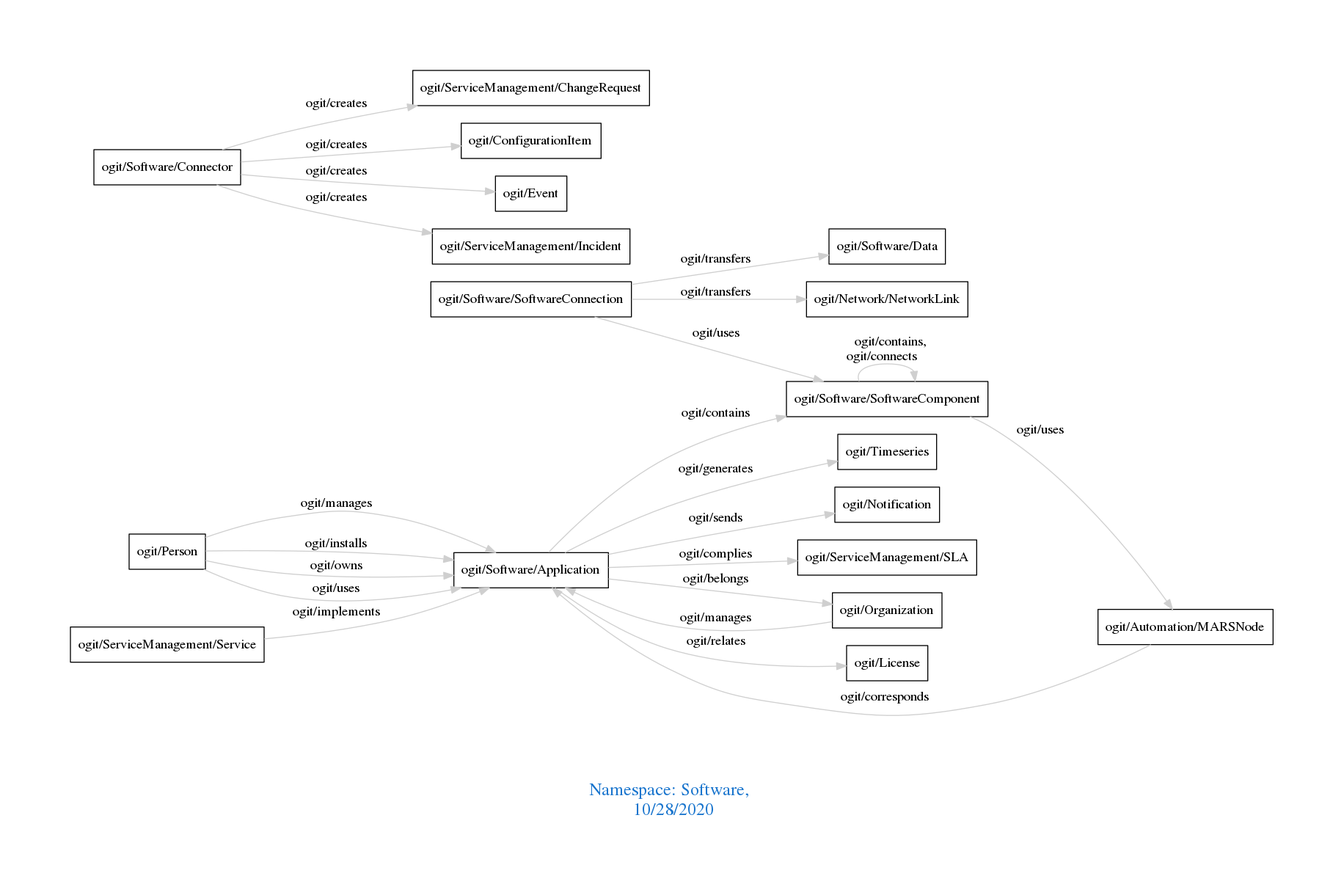
The Graphviz diagram downloads/Software.png in arago/OGIT, before a commit. Its source is kept beside it as downloads/Software.dot. Source of this version:
```dot
digraph OGIT_ontology {
 graph [ rankdir= LR,pad=1
fontsize = 18,
fontcolor= dodgerblue3,label = "\n\n\nNamespace: Software, \n 10/28/2020"];
node[shape=polygon];
edge [  color="gray81"];

   "ogit/Software/Application" -> "ogit/Software/SoftwareComponent" [label="   ogit/contains    "];
   "ogit/Organization" -> "ogit/Software/Application" [label="   ogit/manages    "];
   "ogit/Person" -> "ogit/Software/Application" [label="   ogit/manages    "];
   "ogit/Software/Application" -> "ogit/Timeseries" [label="   ogit/generates    "];
   "ogit/Software/Application" -> "ogit/Notification" [label="   ogit/sends    "];
   "ogit/Software/Connector" -> "ogit/ServiceManagement/ChangeRequest" [label="   ogit/creates    "];
   "ogit/Software/Connector" -> "ogit/ConfigurationItem" [label="   ogit/creates    "];
   "ogit/Software/Connector" -> "ogit/Event" [label="   ogit/creates    "];
   "ogit/Software/Connector" -> "ogit/ServiceManagement/Incident" [label="   ogit/creates    "];
   "ogit/Software/Application" -> "ogit/ServiceManagement/SLA" [label="   ogit/complies    "];
   "ogit/Automation/MARSNode" -> "ogit/Software/Application" [label="   ogit/corresponds    "];
   "ogit/Person" -> "ogit/Software/Application" [label="   ogit/installs    "];
   "ogit/Software/SoftwareConnection" -> "ogit/Software/Data" [label="   ogit/transfers    "];
   "ogit/Software/SoftwareConnection" -> "ogit/Network/NetworkLink" [label="   ogit/transfers    "];
   "ogit/ServiceManagement/Service" -> "ogit/Software/Application" [label="   ogit/implements    "];
   "ogit/Person" -> "ogit/Software/Application" [label="   ogit/owns    "];
   "ogit/Software/Application" -> "ogit/Organization" [label="   ogit/belongs    "];
   "ogit/Software/SoftwareComponent" -> "ogit/Automation/MARSNode" [label="   ogit/uses    "];
   "ogit/Software/SoftwareConnection" -> "ogit/Software/SoftwareComponent" [label="   ogit/uses    "];
   "ogit/Person" -> "ogit/Software/Application" [label="   ogit/uses    "];
   "ogit/Software/Application" -> "ogit/License" [label="   ogit/relates    "];
   "ogit/Software/SoftwareComponent" -> "ogit/Software/SoftwareComponent" [label="   ogit/contains, \n ogit/connects    "];
}
```
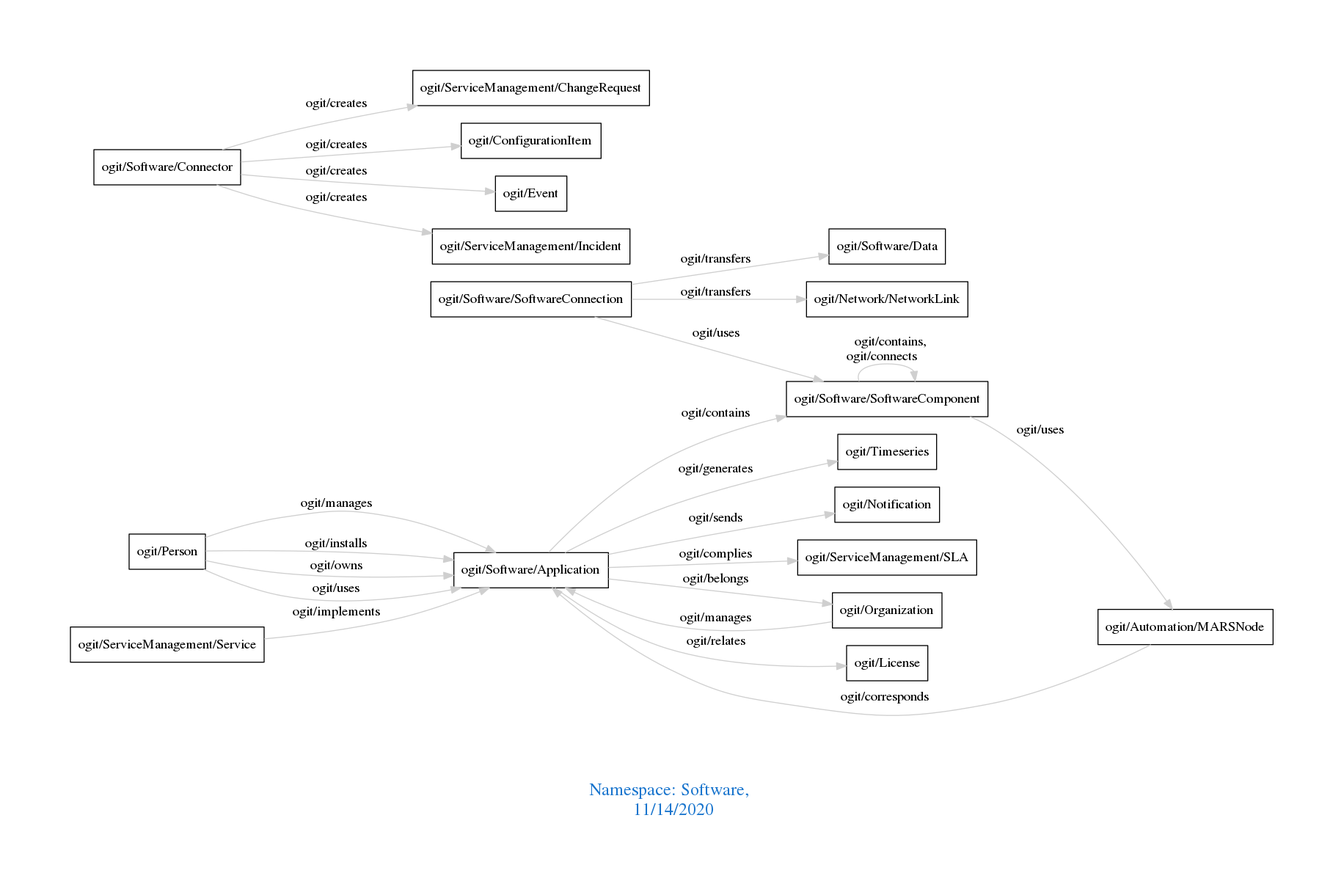
Later version of the same file.

What changed in the source:
```diff
@@ -1,7 +1,7 @@
 digraph OGIT_ontology {
  graph [ rankdir= LR,pad=1
 fontsize = 18,
-fontcolor= dodgerblue3,label = "\n\n\nNamespace: Software, \n 10/28/2020"];
+fontcolor= dodgerblue3,label = "\n\n\nNamespace: Software, \n 11/14/2020"];
 node[shape=polygon];
 edge [  color="gray81"];
 
```
